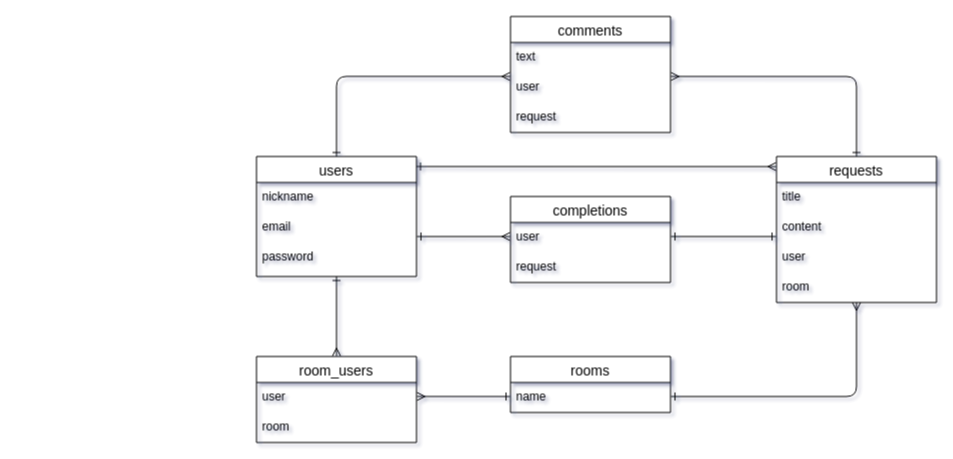
Before: please-to-do.dio in habato/please-to-do, a draw.io diagram. Source tidied: cells renumbered, new cells numbered last; positions are measured from the earlier drawing's top-left corner, leaving out a move shared by most shapes. Both pictures are drawn from the tidied source at 100%, with x=0, y=0 at pixel (256, 16).
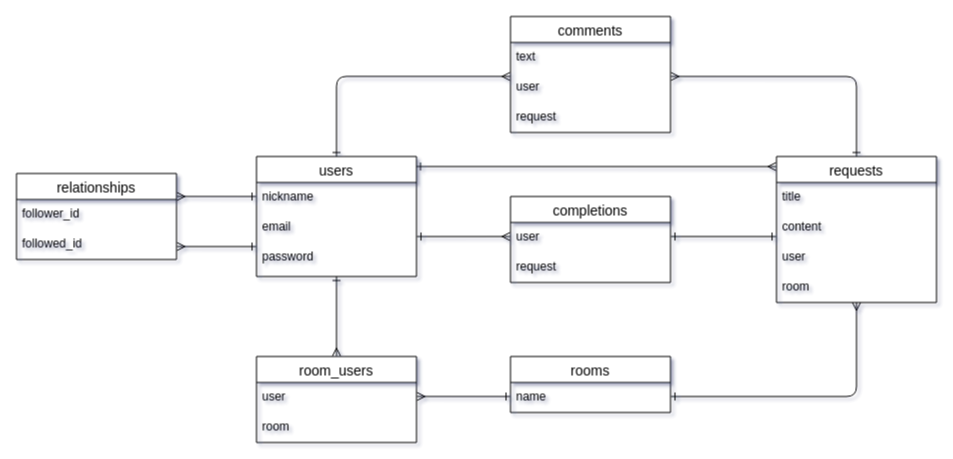
After the change.

Unchanged cells that the change refers to:
```xml
<mxCell id="8" value="nickname" style="text;strokeColor=none;fillColor=none;spacingLeft=4;spacingRight=4;overflow=hidden;points=[[0,0.5],[1,0.5]];portConstraint=eastwest;fontSize=12;" parent="7" vertex="1">
  <mxGeometry y="26" width="160" height="30" as="geometry" />
</mxCell>
<mxCell id="10" value="password" style="text;strokeColor=none;fillColor=none;spacingLeft=4;spacingRight=4;overflow=hidden;points=[[0,0.5],[1,0.5]];portConstraint=eastwest;fontSize=12;" parent="7" vertex="1">
  <mxGeometry y="86" width="160" height="34" as="geometry" />
</mxCell>
```

Diff of the diagram source:
```diff
@@
+    <mxCell id="31" style="rounded=0;jettySize=auto;html=1;entryX=-0.003;entryY=0.119;entryDx=0;entryDy=0;entryPerimeter=0;exitX=1.003;exitY=0.568;exitDx=0;exitDy=0;exitPerimeter=0;startArrow=ERmany;startFill=0;endArrow=ERone;endFill=0;" parent="1" edge="1" source="34" target="10">
+      <mxGeometry relative="1" as="geometry" />
+    </mxCell>
+    <mxCell id="32" value="relationships" style="swimlane;fontStyle=0;horizontal=1;startSize=26;align=center;fontSize=14;" parent="1" vertex="1">
+      <mxGeometry x="-240" y="157" width="160" height="86" as="geometry" />
+    </mxCell>
+    <mxCell id="33" value="follower_id" style="text;strokeColor=none;fillColor=none;spacingLeft=4;spacingRight=4;overflow=hidden;fontSize=12;" parent="32" vertex="1">
+      <mxGeometry y="26" width="160" height="30" as="geometry" />
+    </mxCell>
+    <mxCell id="34" value="followed_id" style="text;strokeColor=none;fillColor=none;spacingLeft=4;spacingRight=4;overflow=hidden;points=[[0,0.5],[1,0.5]];portConstraint=eastwest;fontSize=12;" parent="32" vertex="1">
+      <mxGeometry y="56" width="160" height="30" as="geometry" />
+    </mxCell>
+    <mxCell id="35" style="rounded=0;jettySize=auto;html=1;startArrow=ERmany;startFill=0;endArrow=ERone;endFill=0;entryX=-0.003;entryY=0.467;entryDx=0;entryDy=0;entryPerimeter=0;exitX=1.003;exitY=0.267;exitDx=0;exitDy=0;exitPerimeter=0;" parent="1" edge="1" source="32" target="8">
+      <mxGeometry relative="1" as="geometry" />
+    </mxCell>
```
